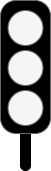
priobike/priobike-flutter-app keeps this draw.io diagram as assets/images/trafficlight.drawio.png. Above is the earlier version. Source tidied: cells renumbered, new cells last; positions are measured from the earlier drawing's top-left corner, leaving out a move shared by most shapes.
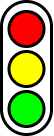
After the change.

Change to the diagram source:
```diff
@@ -2,19 +2,16 @@
   <root>
     <mxCell id="0" />
     <mxCell id="1" parent="0" />
-    <mxCell id="2" style="rounded=1;whiteSpace=wrap;html=1;fillColor=#000000;arcSize=50;" parent="1" vertex="1">
-      <mxGeometry x="20" y="110" width="10" height="60" as="geometry" />
-    </mxCell>
-    <mxCell id="3" style="rounded=1;whiteSpace=wrap;html=1;perimeterSpacing=0;arcSize=31;fillColor=#000000;strokeColor=#666666;" parent="1" vertex="1">
+    <mxCell id="3" style="rounded=1;whiteSpace=wrap;html=1;perimeterSpacing=0;arcSize=50;strokeWidth=3;" parent="1" vertex="1">
       <mxGeometry width="50" height="133" as="geometry" />
     </mxCell>
-    <mxCell id="4" style="ellipse;whiteSpace=wrap;html=1;fillColor=#f5f5f5;fontColor=#333333;strokeColor=#666666;" parent="1" vertex="1">
+    <mxCell id="4" style="ellipse;whiteSpace=wrap;html=1;fillColor=#FF0000;fontColor=#333333;strokeColor=#000000;strokeWidth=3;" parent="1" vertex="1">
       <mxGeometry x="7.5" y="10" width="35" height="35" as="geometry" />
     </mxCell>
-    <mxCell id="5" style="ellipse;whiteSpace=wrap;html=1;fillColor=#f5f5f5;fontColor=#333333;strokeColor=#666666;" parent="1" vertex="1">
+    <mxCell id="5" style="ellipse;whiteSpace=wrap;html=1;fillColor=#FFFF00;fontColor=#333333;strokeColor=#000000;strokeWidth=3;" parent="1" vertex="1">
       <mxGeometry x="7.5" y="50" width="35" height="35" as="geometry" />
     </mxCell>
-    <mxCell id="6" style="ellipse;whiteSpace=wrap;html=1;fillColor=#f5f5f5;fontColor=#333333;strokeColor=#666666;" parent="1" vertex="1">
+    <mxCell id="6" style="ellipse;whiteSpace=wrap;html=1;fillColor=#00FF00;fontColor=#333333;strokeColor=#000000;strokeWidth=3;" parent="1" vertex="1">
       <mxGeometry x="7.5" y="90" width="35" height="35" as="geometry" />
     </mxCell>
   </root>
```
